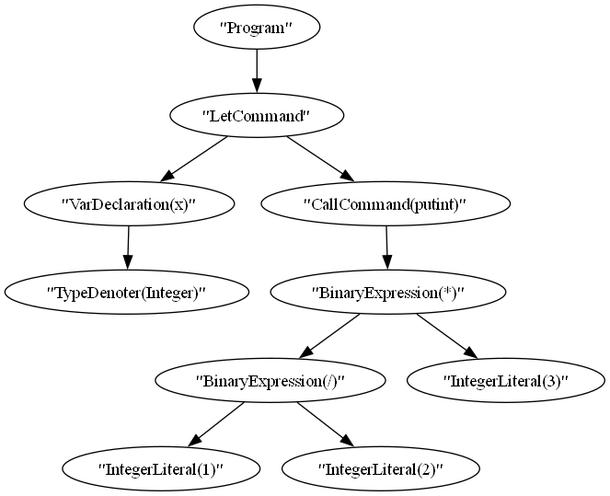
This is tree.png from GFiatt/Parser-Triangle, a Graphviz export, as it was before one commit. Its source is kept beside it as Outputs/tree.dot.
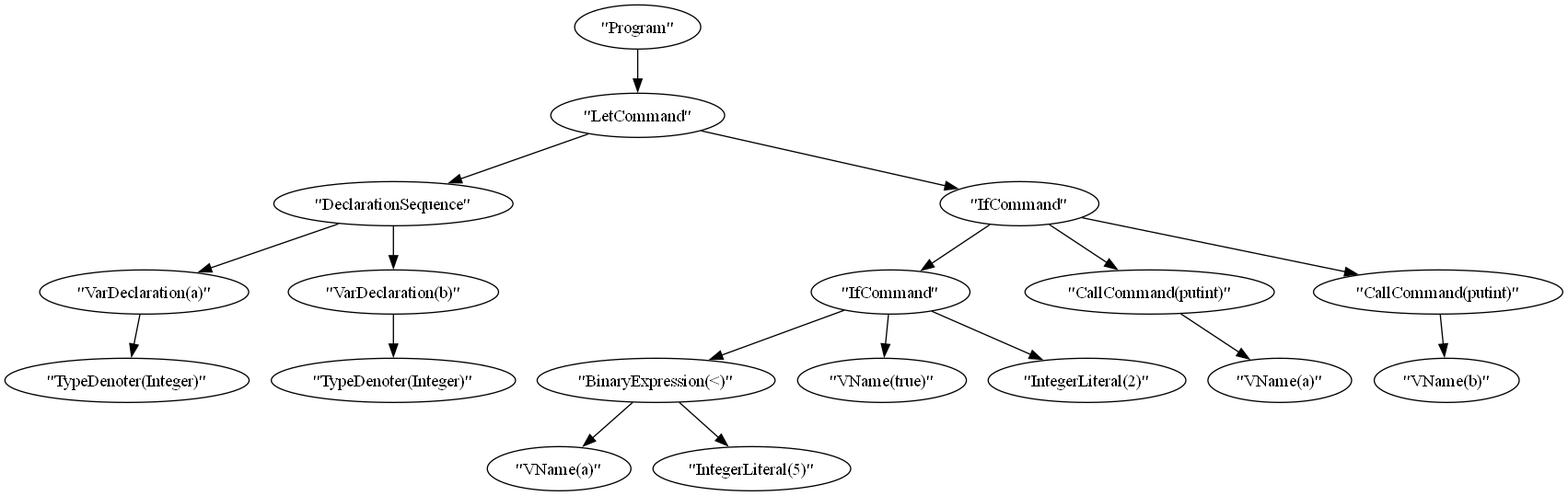
Later version of the same file.

Change to the diagram source:
```diff
@@ -1,21 +1,37 @@
 digraph {
     0 [ label = "\"Program\"" ]
     1 [ label = "\"LetCommand\"" ]
-    2 [ label = "\"VarDeclaration(x)\"" ]
-    3 [ label = "\"TypeDenoter(Integer)\"" ]
-    4 [ label = "\"CallCommand(putint)\"" ]
-    5 [ label = "\"BinaryExpression(*)\"" ]
-    6 [ label = "\"BinaryExpression(/)\"" ]
-    7 [ label = "\"IntegerLiteral(1)\"" ]
-    8 [ label = "\"IntegerLiteral(2)\"" ]
-    9 [ label = "\"IntegerLiteral(3)\"" ]
+    2 [ label = "\"DeclarationSequence\"" ]
+    3 [ label = "\"VarDeclaration(a)\"" ]
+    4 [ label = "\"TypeDenoter(Integer)\"" ]
+    5 [ label = "\"VarDeclaration(b)\"" ]
+    6 [ label = "\"TypeDenoter(Integer)\"" ]
+    7 [ label = "\"IfCommand\"" ]
+    8 [ label = "\"IfCommand\"" ]
+    9 [ label = "\"BinaryExpression(<)\"" ]
+    10 [ label = "\"VName(a)\"" ]
+    11 [ label = "\"IntegerLiteral(5)\"" ]
+    12 [ label = "\"VName(true)\"" ]
+    13 [ label = "\"IntegerLiteral(2)\"" ]
+    14 [ label = "\"CallCommand(putint)\"" ]
+    15 [ label = "\"VName(a)\"" ]
+    16 [ label = "\"CallCommand(putint)\"" ]
+    17 [ label = "\"VName(b)\"" ]
     0 -> 1 [ ]
     1 -> 2 [ ]
     2 -> 3 [ ]
-    1 -> 4 [ ]
-    4 -> 5 [ ]
+    3 -> 4 [ ]
+    2 -> 5 [ ]
     5 -> 6 [ ]
-    6 -> 7 [ ]
-    6 -> 8 [ ]
-    5 -> 9 [ ]
+    1 -> 7 [ ]
+    7 -> 8 [ ]
+    8 -> 9 [ ]
+    9 -> 10 [ ]
+    9 -> 11 [ ]
+    8 -> 12 [ ]
+    8 -> 13 [ ]
+    7 -> 14 [ ]
+    14 -> 15 [ ]
+    7 -> 16 [ ]
+    16 -> 17 [ ]
 }
```
